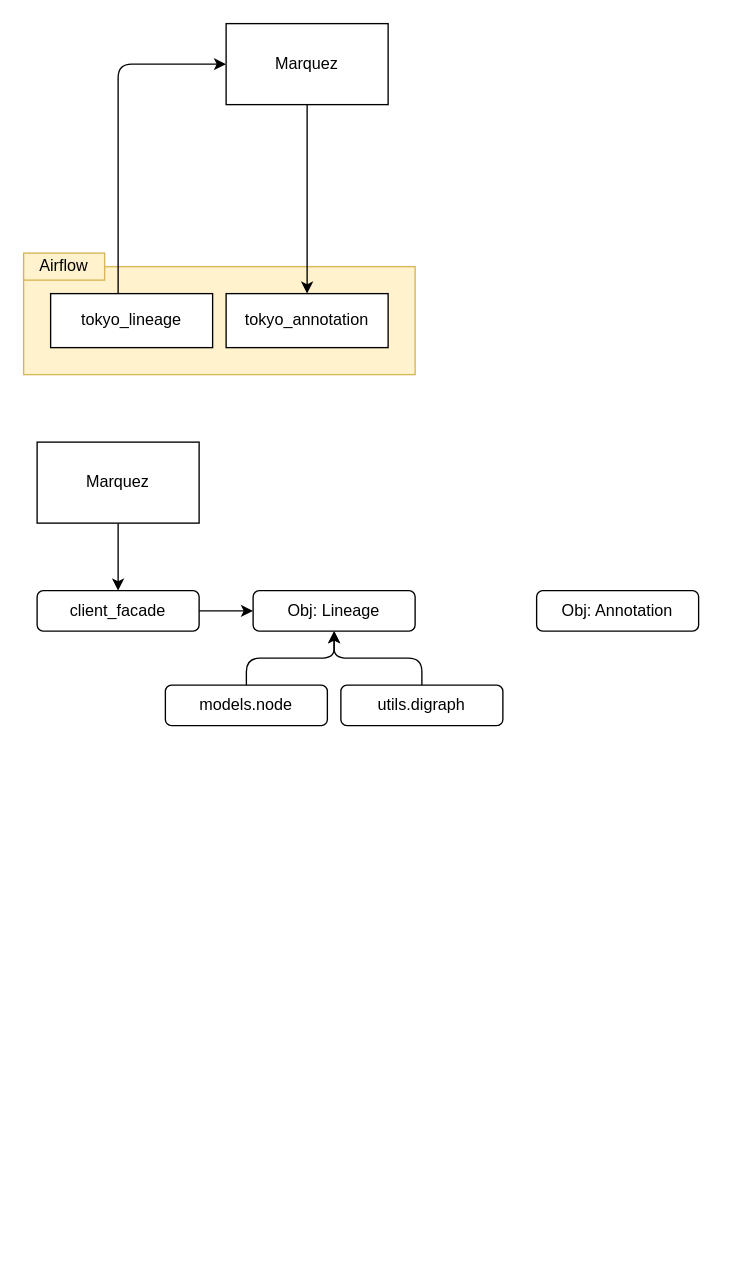
Above: documentation/call_stack.drawio in dion-ricky/tokyo-annotation (draw.io), before the change. Source tidied: cells renumbered, new cells numbered last; positions are measured from the earlier drawing's top-left corner, leaving out a move shared by most shapes. Both pictures are drawn from the tidied source at 135%, with x=0, y=0 at pixel (23, 23).
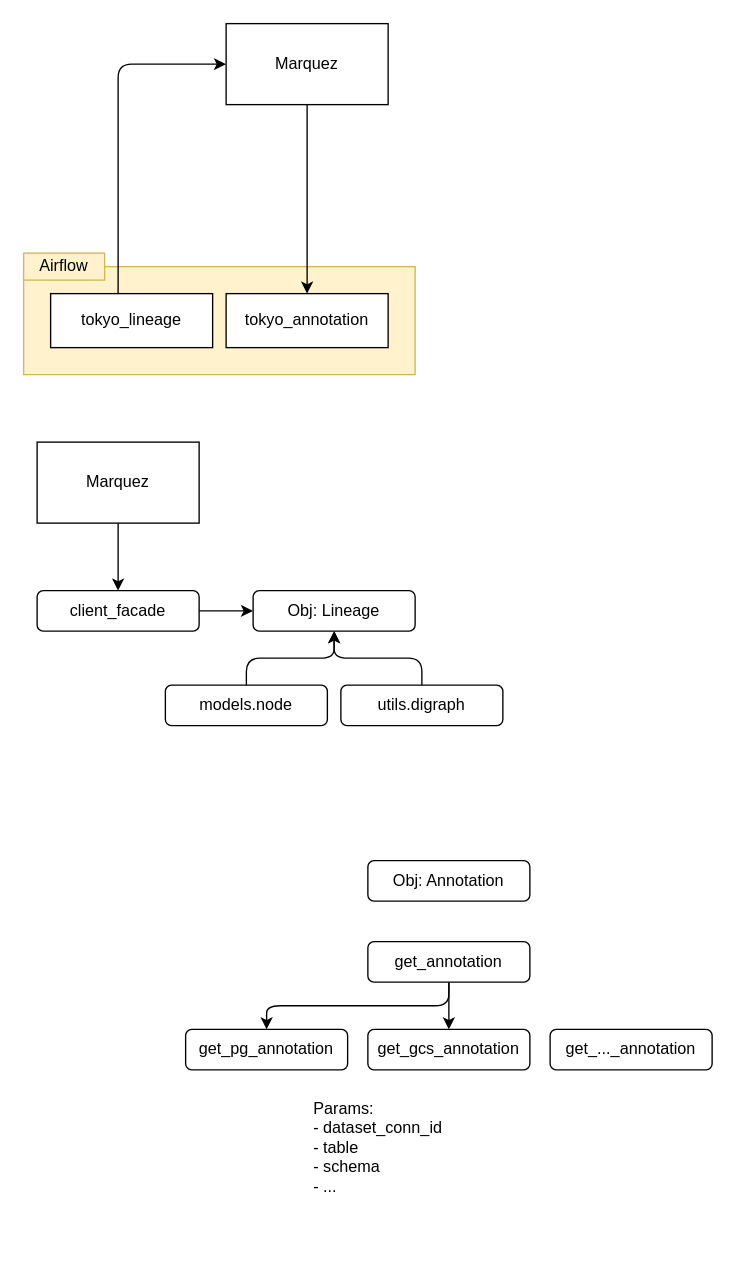
Above is the later version.

Diff of the diagram source:
```diff
@@
     <mxCell id="18" value="Obj: Annotation" style="rounded=1;whiteSpace=wrap;html=1;" parent="1" vertex="1">
-      <mxGeometry x="380" y="420" width="120" height="30" as="geometry" />
+      <mxGeometry x="255" y="620" width="120" height="30" as="geometry" />
     </mxCell>
+    <mxCell id="19" style="edgeStyle=none;html=1;entryX=0.5;entryY=0;entryDx=0;entryDy=0;" parent="1" edge="1" source="21" target="23">
+      <mxGeometry relative="1" as="geometry" />
+    </mxCell>
+    <mxCell id="20" style="edgeStyle=orthogonalEdgeStyle;html=1;entryX=0.5;entryY=0;entryDx=0;entryDy=0;exitX=0.5;exitY=1;exitDx=0;exitDy=0;" parent="1" edge="1" source="21" target="24">
+      <mxGeometry relative="1" as="geometry" />
+    </mxCell>
+    <mxCell id="21" value="get_annotation" style="rounded=1;whiteSpace=wrap;html=1;" parent="1" vertex="1">
+      <mxGeometry x="255" y="680" width="120" height="30" as="geometry" />
+    </mxCell>
+    <mxCell id="22" value="Params:&lt;br&gt;&lt;div&gt;&lt;span&gt;- dataset_conn_id&lt;/span&gt;&lt;/div&gt;&lt;div&gt;&lt;span&gt;- table&lt;/span&gt;&lt;/div&gt;&lt;div&gt;&lt;span&gt;- schema&lt;/span&gt;&lt;/div&gt;&lt;div&gt;&lt;span&gt;- ...&lt;/span&gt;&lt;/div&gt;" style="text;html=1;strokeColor=none;fillColor=none;align=left;verticalAlign=top;whiteSpace=wrap;rounded=0;" parent="1" vertex="1">
+      <mxGeometry x="212.5" y="790" width="165" height="120" as="geometry" />
+    </mxCell>
+    <mxCell id="23" value="get_gcs_annotation" style="rounded=1;whiteSpace=wrap;html=1;" parent="1" vertex="1">
+      <mxGeometry x="255" y="745" width="120" height="30" as="geometry" />
+    </mxCell>
+    <mxCell id="24" value="get_pg_annotation" style="rounded=1;whiteSpace=wrap;html=1;" parent="1" vertex="1">
+      <mxGeometry x="120" y="745" width="120" height="30" as="geometry" />
+    </mxCell>
+    <mxCell id="25" value="get_..._annotation" style="rounded=1;whiteSpace=wrap;html=1;" parent="1" vertex="1">
+      <mxGeometry x="390" y="745" width="120" height="30" as="geometry" />
+    </mxCell>
```
